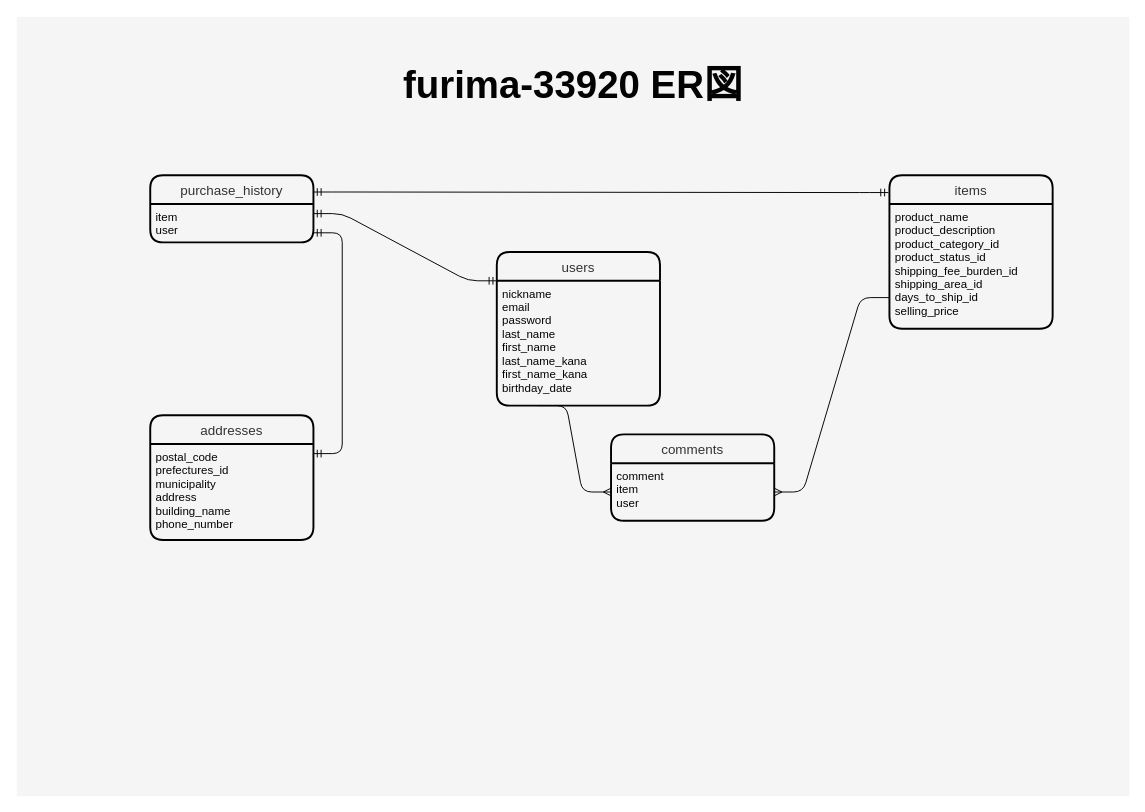
This is furima-33920.dio from HasuikeTadakatsu/furima-33920, a draw.io file, before an edit. Source tidied: cells renumbered, new cells numbered last; positions are measured from the earlier drawing's top-left corner, leaving out a move shared by most shapes. Both pictures are drawn from the tidied source at 96%, with x=0, y=0 at pixel (16, 16).
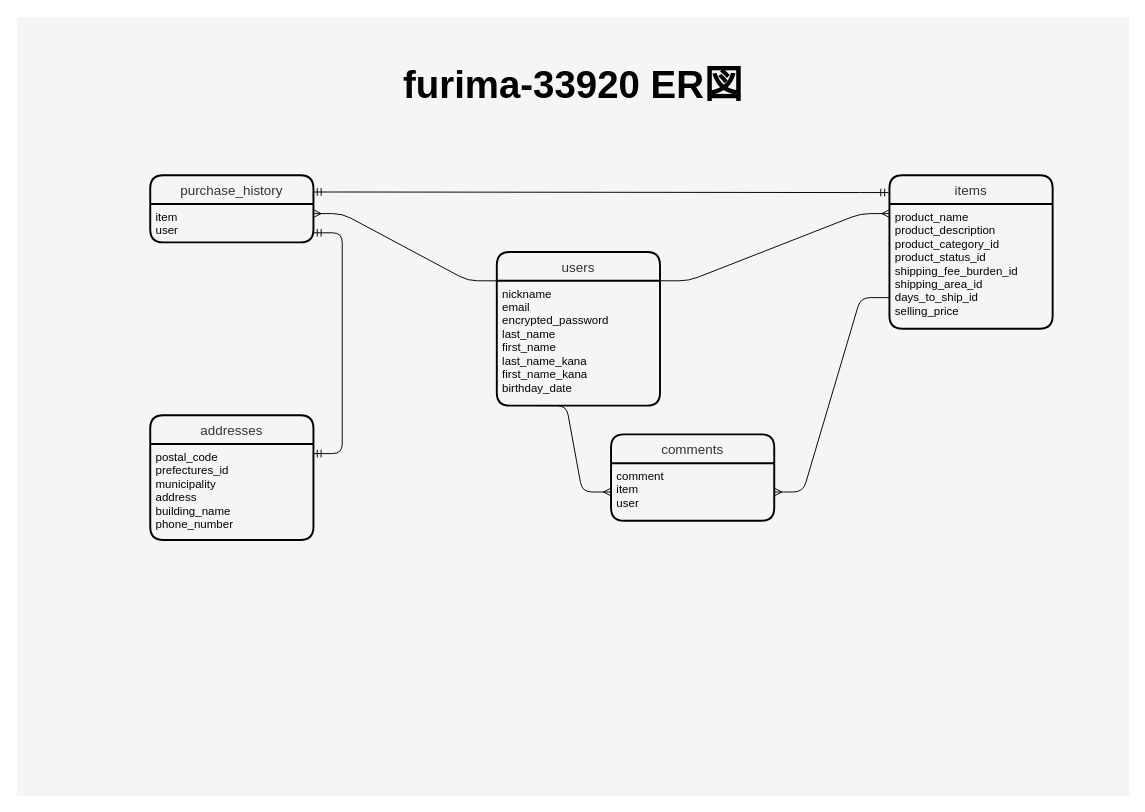
Above is the later version.

Commit message (it also covers changes not shown here):
データベース設計(6回目)

Unchanged cells that the change refers to:
```xml
<mxCell id="9" value="item&#10;user" style="align=left;strokeColor=none;fillColor=none;spacingLeft=4;fontSize=12;verticalAlign=top;fontColor=#030303;" parent="8" vertex="1">
  <mxGeometry y="30" width="170" height="40" as="geometry" />
</mxCell>
<mxCell id="12" value="users" style="swimlane;horizontal=1;startSize=30;rounded=1;fontSize=14;fontStyle=0;strokeWidth=2;shadow=0;dashed=0;align=center;labelBackgroundColor=none;fillColor=#f5f5f5;fontColor=#333333;strokeColor=#000000;" parent="1" vertex="1">
  <mxGeometry x="500" y="245" width="170" height="160" as="geometry" />
</mxCell>
```

Change to the diagram source:
```diff
@@
-    <mxCell id="13" value="nickname&#10;email&#10;password&#10;last_name&#10;first_name&#10;last_name_kana&#10;first_name_kana&#10;birthday_date" style="align=left;strokeColor=none;fillColor=none;spacingLeft=4;fontSize=12;verticalAlign=top;fontColor=#030303;" parent="12" vertex="1">
+    <mxCell id="13" value="nickname&#10;email&#10;encrypted_password&#10;last_name&#10;first_name&#10;last_name_kana&#10;first_name_kana&#10;birthday_date" style="align=left;strokeColor=none;fillColor=none;spacingLeft=4;fontSize=12;verticalAlign=top;fontColor=#030303;" parent="12" vertex="1">
       <mxGeometry y="30" width="170" height="130" as="geometry" />
     </mxCell>
@@
-    <mxCell id="18" style="edgeStyle=entityRelationEdgeStyle;fontSize=12;html=1;endArrow=ERmandOne;startArrow=ERmandOne;strokeColor=#000000;exitX=0;exitY=0;exitDx=0;exitDy=0;entryX=1;entryY=0.25;entryDx=0;entryDy=0;" parent="1" edge="1" source="13" target="9">
+    <mxCell id="18" style="edgeStyle=entityRelationEdgeStyle;fontSize=12;html=1;endArrow=ERmany;strokeColor=#000000;exitX=0;exitY=0;exitDx=0;exitDy=0;entryX=1;entryY=0.25;entryDx=0;entryDy=0;" parent="1" edge="1" source="13" target="9">
       <mxGeometry relative="1" as="geometry" />
     </mxCell>
+    <mxCell id="19" style="edgeStyle=entityRelationEdgeStyle;fontSize=12;html=1;endArrow=ERmany;strokeColor=#000000;exitX=1;exitY=0;exitDx=0;exitDy=0;" parent="1" edge="1" source="13">
+      <mxGeometry relative="1" as="geometry">
+        <mxPoint x="909" y="205" as="targetPoint" />
+      </mxGeometry>
+    </mxCell>
```
